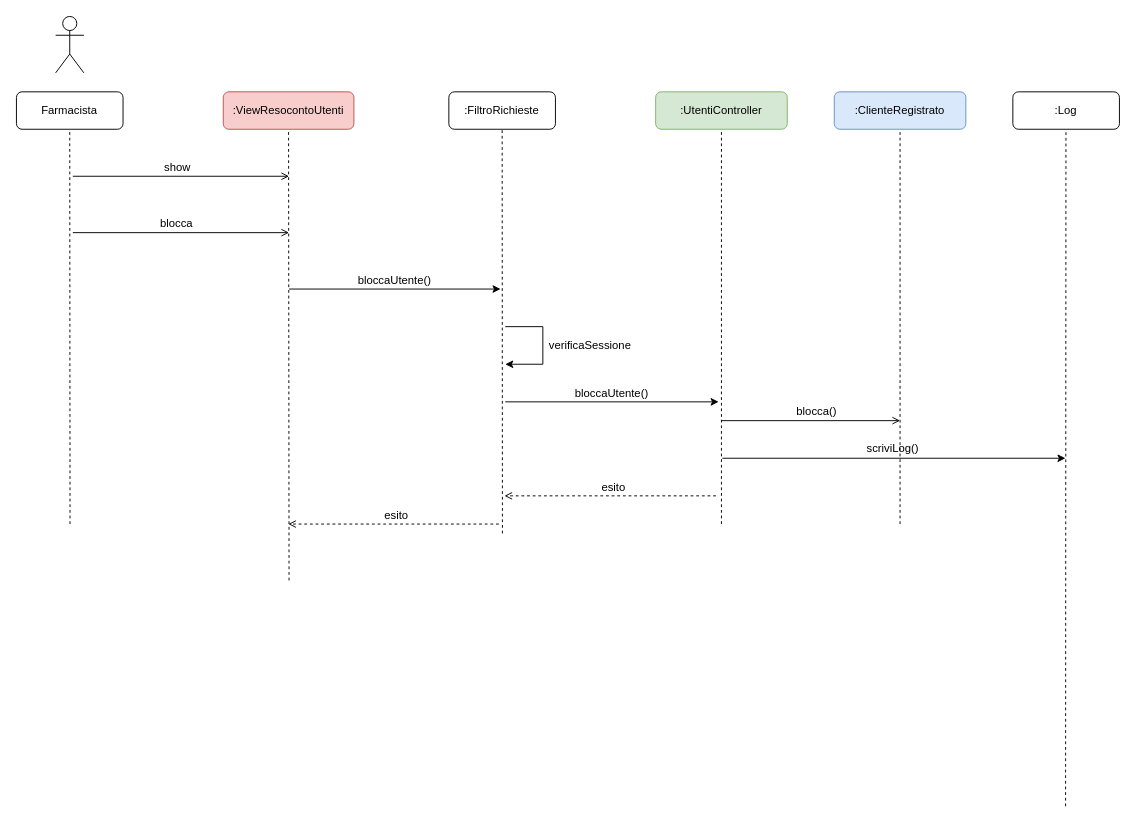
Before: page "SospensioneUtenza" (6 of 7) of drawio/Progettazione/Interazione.drawio in lnwor/farmabyte-doc, a draw.io diagram. Source tidied: cells renumbered, new cells numbered last; positions are measured from the earlier drawing's top-left corner, leaving out a move shared by most shapes. Both pictures are drawn from the tidied source at 94%, with x=0, y=0 at pixel (16, 16).
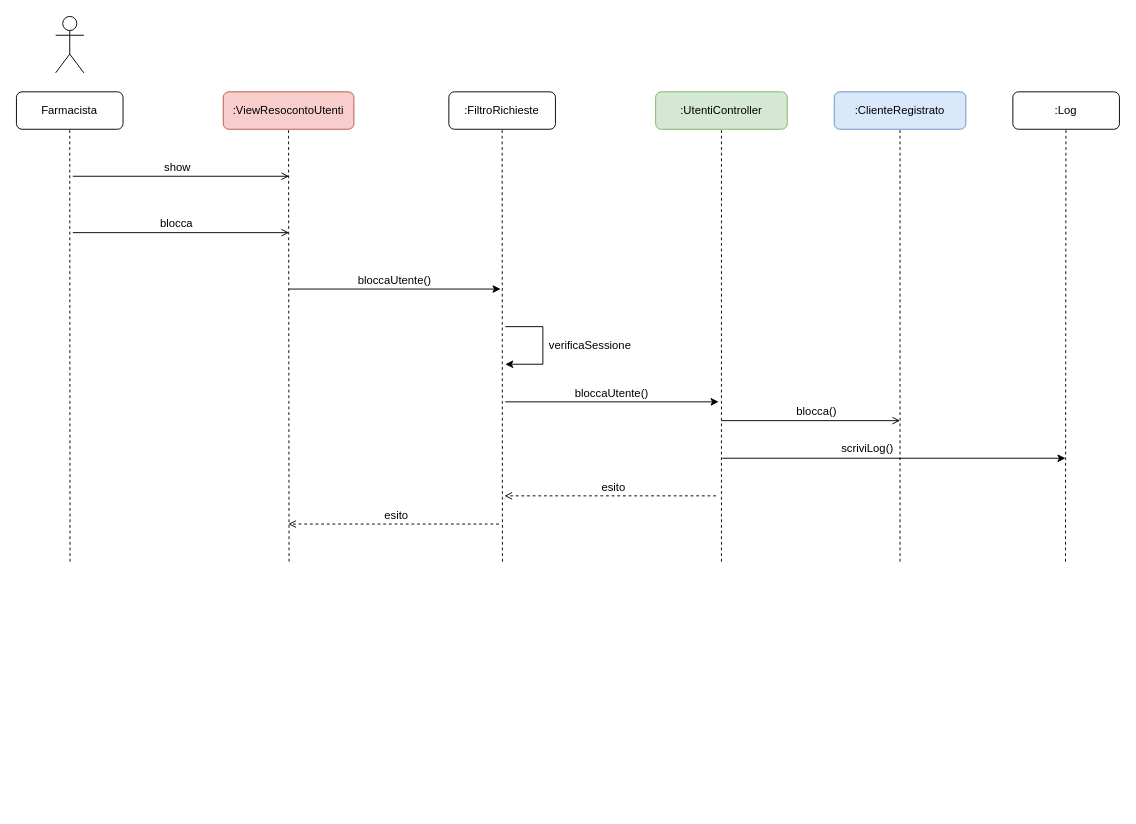
After the change.

The change refers to these unchanged cells:
```xml
<mxCell id="3" value="Farmacista" style="rounded=1;whiteSpace=wrap;html=1;" parent="1" vertex="1">
  <mxGeometry y="80.2" width="113.4" height="39.8" as="geometry" />
</mxCell>
<mxCell id="4" value="&lt;div&gt;:ViewResocontoUtenti&lt;/div&gt;" style="rounded=1;whiteSpace=wrap;html=1;fillColor=#f8cecc;strokeColor=#b85450;" parent="1" vertex="1">
  <mxGeometry x="220" y="80.2" width="139" height="39.8" as="geometry" />
</mxCell>
<mxCell id="11" value="&lt;div&gt;:UtentiController&lt;/div&gt;" style="rounded=1;whiteSpace=wrap;html=1;fillColor=#d5e8d4;strokeColor=#82b366;" parent="1" vertex="1">
  <mxGeometry x="680" y="80.2" width="140" height="39.8" as="geometry" />
</mxCell>
<mxCell id="15" value="&lt;div&gt;:ClienteRegistrato&lt;/div&gt;" style="rounded=1;whiteSpace=wrap;html=1;fillColor=#dae8fc;strokeColor=#6c8ebf;" parent="1" vertex="1">
  <mxGeometry x="870" y="80.2" width="140" height="39.8" as="geometry" />
</mxCell>
<mxCell id="21" value=":FiltroRichieste" style="rounded=1;whiteSpace=wrap;html=1;" parent="1" vertex="1">
  <mxGeometry x="460" y="80.2" width="113.4" height="39.8" as="geometry" />
</mxCell>
```

What changed in the source:
```diff
@@
     <mxCell id="5" style="endArrow=none;dashed=1;html=1;entryX=0.5;entryY=1;entryDx=0;entryDy=0;" parent="1" edge="1" target="3">
       <mxGeometry relative="1" as="geometry">
-        <mxPoint x="57" y="540" as="sourcePoint" />
+        <mxPoint x="57" y="580" as="sourcePoint" />
       </mxGeometry>
     </mxCell>
@@
     <mxCell id="8" style="endArrow=none;dashed=1;html=1;entryX=0.5;entryY=1;entryDx=0;entryDy=0;" parent="1" edge="1" target="4">
       <mxGeometry relative="1" as="geometry">
-        <mxPoint x="290" y="600" as="sourcePoint" />
+        <mxPoint x="290" y="580" as="sourcePoint" />
       </mxGeometry>
     </mxCell>
@@
     <mxCell id="12" style="endArrow=none;dashed=1;html=1;fontSize=12;entryX=0.5;entryY=1;entryDx=0;entryDy=0;" parent="1" edge="1" target="11">
       <mxGeometry relative="1" as="geometry">
-        <mxPoint x="750" y="540" as="sourcePoint" />
+        <mxPoint x="750" y="580" as="sourcePoint" />
       </mxGeometry>
     </mxCell>
@@
     <mxCell id="16" style="endArrow=none;dashed=1;html=1;fontSize=12;entryX=0.5;entryY=1;entryDx=0;entryDy=0;" parent="1" edge="1" target="15">
       <mxGeometry relative="1" as="geometry">
-        <mxPoint x="940" y="540" as="sourcePoint" />
+        <mxPoint x="940" y="580" as="sourcePoint" />
       </mxGeometry>
     </mxCell>
@@
     <mxCell id="22" style="endArrow=none;dashed=1;html=1;fontSize=12;entryX=0.5;entryY=1;entryDx=0;entryDy=0;" parent="1" edge="1" target="21">
       <mxGeometry relative="1" as="geometry">
-        <mxPoint x="517" y="550" as="sourcePoint" />
+        <mxPoint x="517" y="580" as="sourcePoint" />
       </mxGeometry>
     </mxCell>
@@
-    <mxCell id="29" style="endArrow=none;dashed=1;html=1;entryX=0.5;entryY=1;entryDx=0;entryDy=0;" parent="1" edge="1">
+    <mxCell id="29" style="endArrow=none;dashed=1;html=1;entryX=0.5;entryY=1;entryDx=0;entryDy=0;targetPerimeterSpacing=0;endSize=6;" parent="1" edge="1">
       <mxGeometry relative="1" as="geometry">
-        <mxPoint x="1116.1" y="840.2" as="sourcePoint" />
+        <mxPoint x="1116" y="580" as="sourcePoint" />
         <mxPoint x="1116.5" y="120.2" as="targetPoint" />
       </mxGeometry>
     </mxCell>
@@
     <mxCell id="32" value="scriviLog()" style="text;html=1;align=center;verticalAlign=middle;strokeColor=none;" parent="1" vertex="1">
-      <mxGeometry x="896.7" y="450" width="70" height="20" as="geometry" />
+      <mxGeometry x="870" y="450" width="70" height="20" as="geometry" />
     </mxCell>
```
